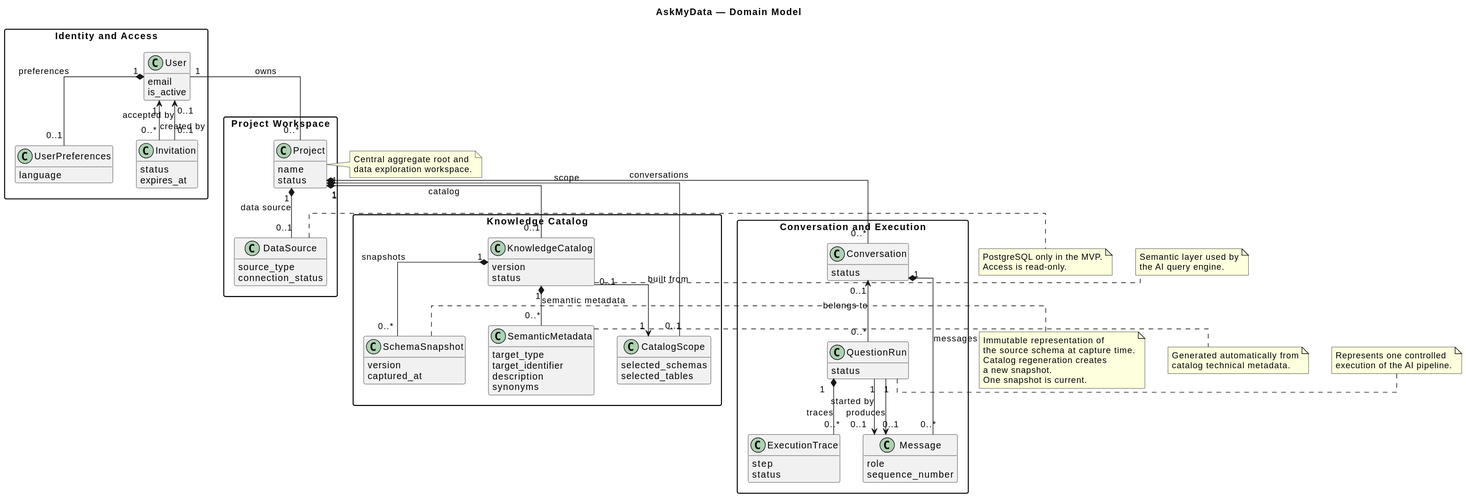
Above: docs/diagrams/generated/AskMyData_Domain_Model.svg in MarinePernici/askmydata (PlantUML), before the change.
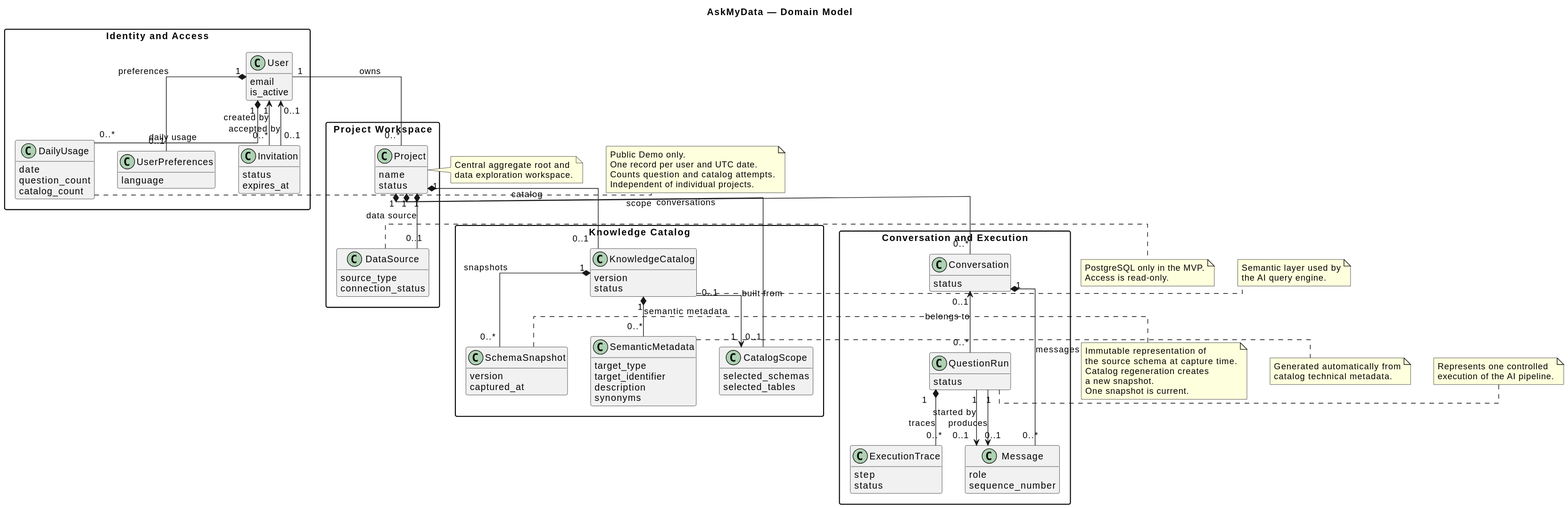
After the commit.

Change to the diagram source:
```diff
@@ -17,6 +17,12 @@
 
   class UserPreferences {
     language
+  }
+
+  class DailyUsage {
+    date
+    question_count
+    catalog_count
   }
 
   class Invitation {
@@ -85,6 +91,7 @@
 }
 
 User "1" *-- "0..1" UserPreferences : preferences
+User "1" *-- "0..*" DailyUsage : daily usage
 User "1" -- "0..*" Project : owns
 
 User "1" <-- "0..*" Invitation : created by
@@ -139,4 +146,11 @@
   Represents one controlled
   execution of the AI pipeline.
 end note
+
+note right of DailyUsage
+  Public Demo only.
+  One record per user and UTC date.
+  Counts question and catalog attempts.
+  Independent of individual projects.
+end note
 @enduml
```
